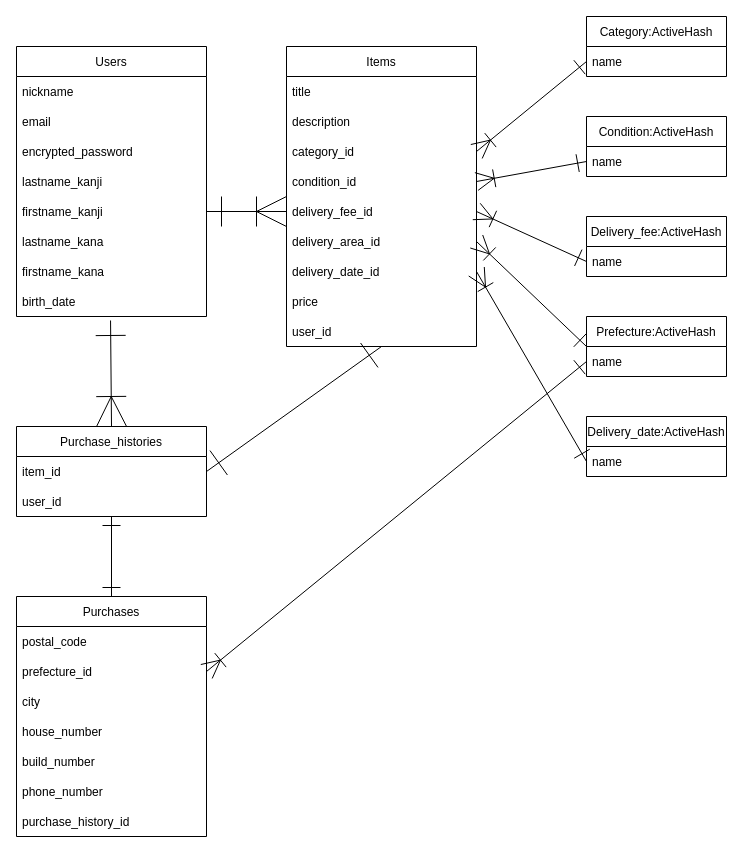
Above: ER.dio in izureco/furima-37829 (draw.io), before the change. Source tidied: cells renumbered, new cells numbered last; positions are measured from the earlier drawing's top-left corner, leaving out a move shared by most shapes. Both pictures are drawn from the tidied source at 100%, with x=0, y=0 at pixel (-44, 16).
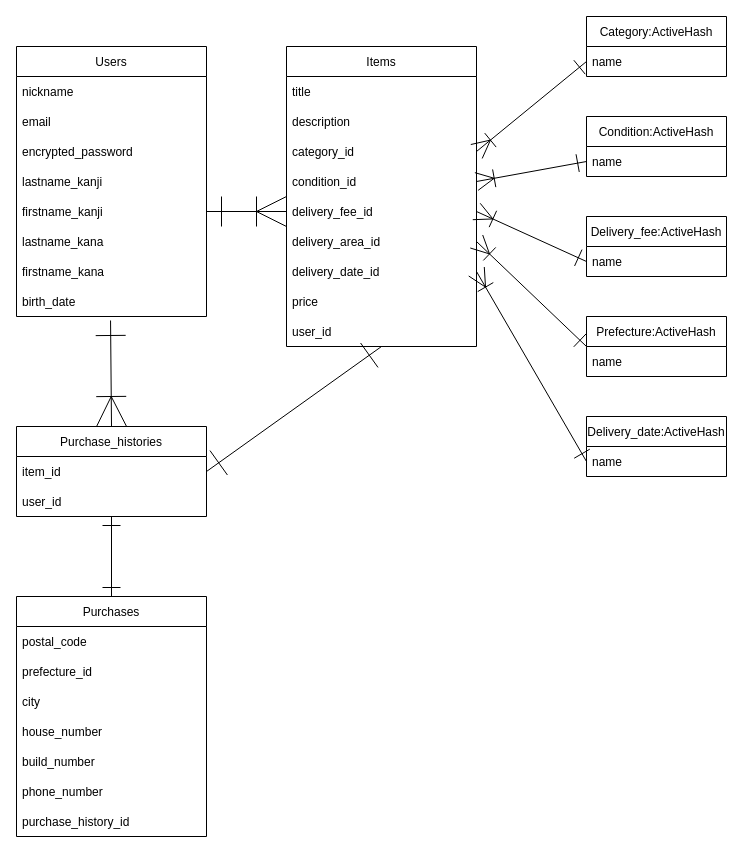
After the change.

The change refers to these unchanged cells:
```xml
<mxCell id="24" value="prefecture_id" style="text;strokeColor=none;fillColor=none;align=left;verticalAlign=middle;spacingLeft=4;spacingRight=4;overflow=hidden;points=[[0,0.5],[1,0.5]];portConstraint=eastwest;" parent="22" vertex="1">
  <mxGeometry y="60" width="190" height="30" as="geometry" />
</mxCell>
<mxCell id="39" value="name" style="text;strokeColor=none;fillColor=none;align=left;verticalAlign=middle;spacingLeft=4;spacingRight=4;overflow=hidden;points=[[0,0.5],[1,0.5]];portConstraint=eastwest;" parent="38" vertex="1">
  <mxGeometry y="30" width="140" height="30" as="geometry" />
</mxCell>
```

Diff of the diagram source:
```diff
@@
-    <mxCell id="52" style="edgeStyle=none;html=1;exitX=0;exitY=0.5;exitDx=0;exitDy=0;entryX=1;entryY=0.5;entryDx=0;entryDy=0;startArrow=ERone;startFill=0;endArrow=ERoneToMany;endFill=0;startSize=16;endSize=16;strokeWidth=1;" parent="1" edge="1" source="39" target="24">
-      <mxGeometry relative="1" as="geometry" />
-    </mxCell>
```
